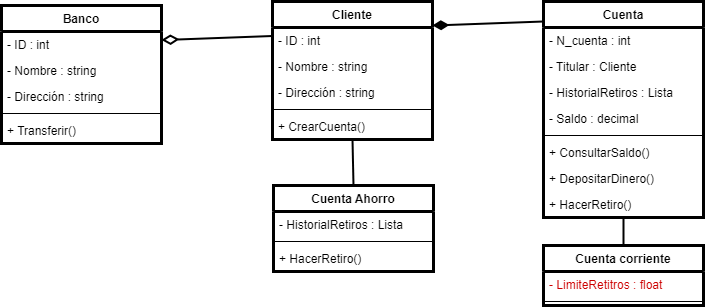
Before: Ejercicios_Modelado/Taller3PNG.drawio.png, a diagram exported from draw.io (Oscar-UCT/Ejercicos_Modelado). Source tidied: cells renumbered, new cells last; positions are measured from the earlier drawing's top-left corner, leaving out a move shared by most shapes.
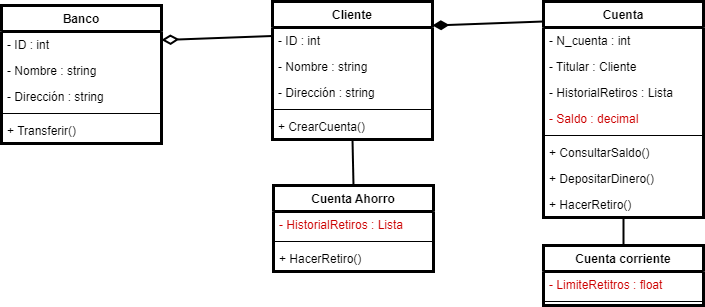
The same file after the commit.

What changed in the source:
```diff
@@ -41,7 +41,7 @@
     <mxCell id="14" value="Cuenta Ahorro" style="swimlane;fontStyle=1;align=center;verticalAlign=top;horizontal=1;startSize=26;strokeWidth=3;fontColor=#000000;" parent="1" vertex="1">
       <mxGeometry x="272" y="184" width="160" height="86" as="geometry" />
     </mxCell>
-    <mxCell id="15" value="- HistorialRetiros : Lista" style="text;strokeColor=none;fillColor=none;align=left;verticalAlign=top;spacingLeft=4;spacingRight=4;overflow=hidden;strokeWidth=3;fontColor=#000000;" parent="14" vertex="1">
+    <mxCell id="15" value="- HistorialRetiros : Lista" style="text;strokeColor=none;fillColor=none;align=left;verticalAlign=top;spacingLeft=4;spacingRight=4;overflow=hidden;strokeWidth=3;fontColor=#CC0000;" parent="14" vertex="1">
       <mxGeometry y="26" width="160" height="26" as="geometry" />
     </mxCell>
     <mxCell id="16" style="line;strokeWidth=1;fillColor=none;align=left;verticalAlign=middle;spacingTop=-1;spacingLeft=3;spacingRight=3;labelPosition=right;strokeColor=inherit;fontColor=#000000;" parent="14" vertex="1">
@@ -62,7 +62,7 @@
     <mxCell id="21" value="- HistorialRetiros : Lista" style="text;strokeColor=none;fillColor=none;align=left;verticalAlign=top;spacingLeft=4;spacingRight=4;overflow=hidden;strokeWidth=3;fontColor=#000000;" parent="18" vertex="1">
       <mxGeometry y="78" width="160" height="26" as="geometry" />
     </mxCell>
-    <mxCell id="22" value="- Saldo : decimal" style="text;strokeColor=none;fillColor=none;align=left;verticalAlign=top;spacingLeft=4;spacingRight=4;overflow=hidden;strokeWidth=3;fontColor=#000000;" parent="18" vertex="1">
+    <mxCell id="22" value="- Saldo : decimal" style="text;strokeColor=none;fillColor=none;align=left;verticalAlign=top;spacingLeft=4;spacingRight=4;overflow=hidden;strokeWidth=3;fontColor=#CC0000;" parent="18" vertex="1">
       <mxGeometry y="104" width="160" height="26" as="geometry" />
     </mxCell>
     <mxCell id="23" style="line;strokeWidth=1;fillColor=none;align=left;verticalAlign=middle;spacingTop=-1;spacingLeft=3;spacingRight=3;labelPosition=right;strokeColor=inherit;fontColor=#000000;" parent="18" vertex="1">
```
